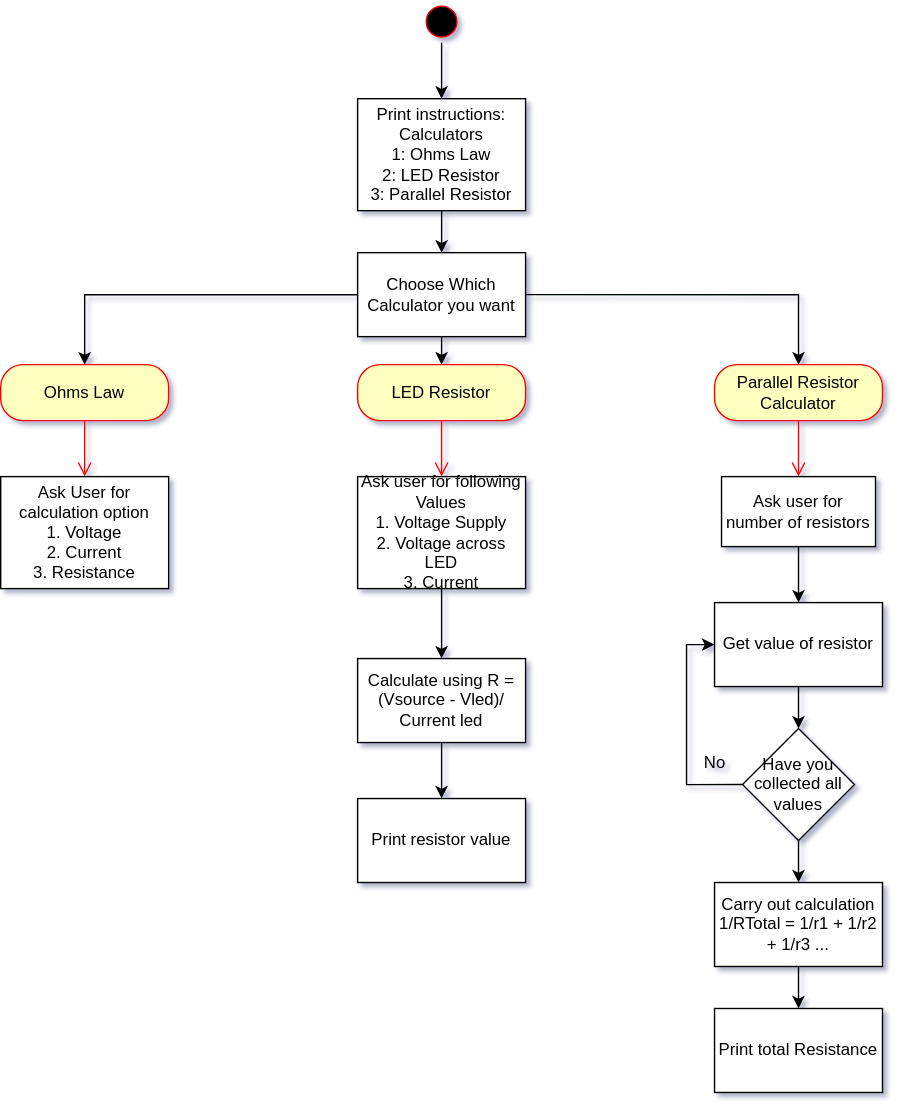
The draw.io diagram Code Folder/engineeringCalc.drawio.svg in JFinnTeacher/PME-Coding-with-Syntax, before a commit. Source tidied: cells renumbered, new cells last; positions are measured from the earlier drawing's top-left corner, leaving out a move shared by most shapes.
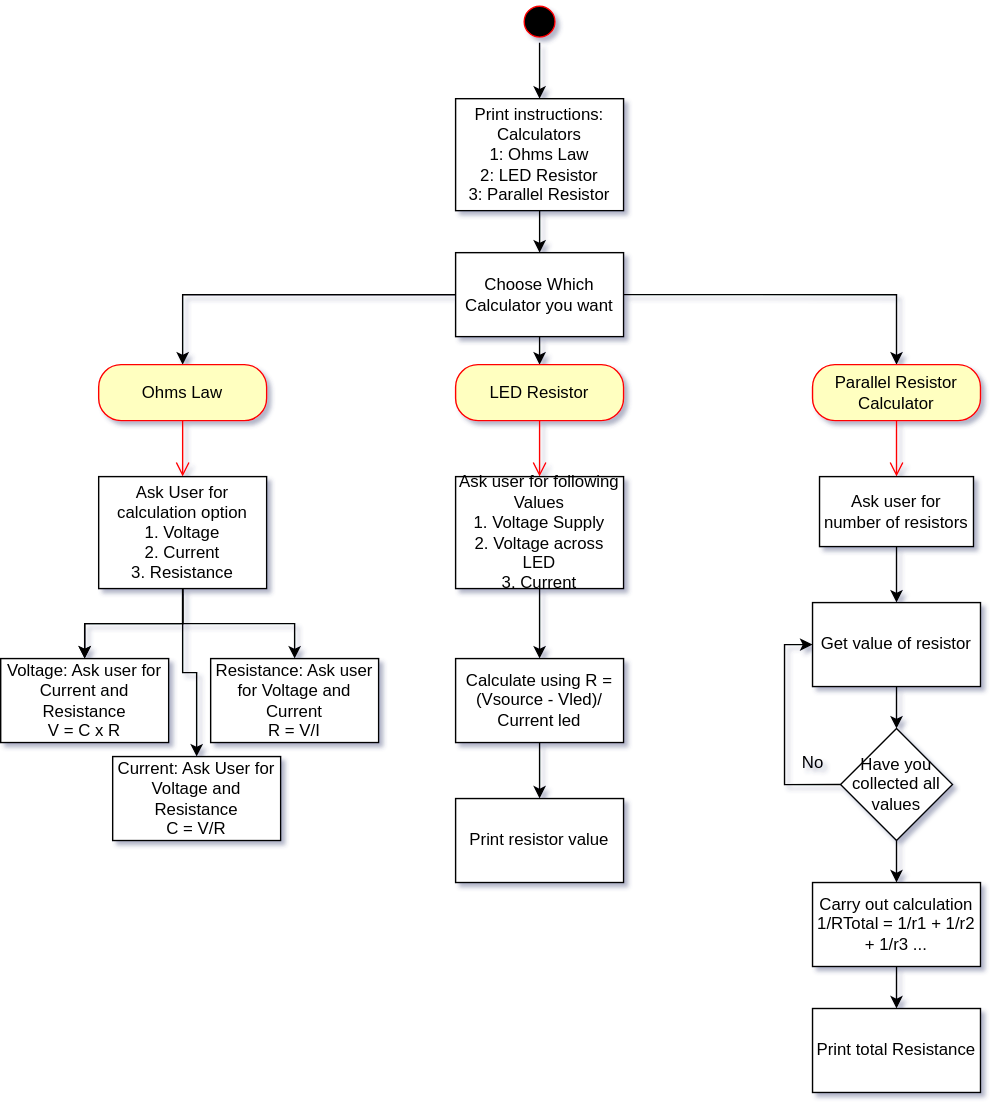
Above is the later version.

Diff of the diagram source:
```diff
@@ -92,8 +92,29 @@
     <mxCell id="31" value="Print resistor value" style="whiteSpace=wrap;html=1;" parent="1" vertex="1">
       <mxGeometry x="255" y="570" width="120" height="60" as="geometry" />
     </mxCell>
+    <mxCell id="33" style="edgeStyle=orthogonalEdgeStyle;rounded=0;jettySize=auto;html=1;" parent="1" edge="1" source="32" target="36">
+      <mxGeometry relative="1" as="geometry" />
+    </mxCell>
+    <mxCell id="34" style="edgeStyle=orthogonalEdgeStyle;rounded=0;jettySize=auto;html=1;" parent="1" edge="1" source="32" target="36">
+      <mxGeometry relative="1" as="geometry" />
+    </mxCell>
+    <mxCell id="35" style="edgeStyle=orthogonalEdgeStyle;rounded=0;jettySize=auto;html=1;exitX=0.5;exitY=1;exitDx=0;exitDy=0;entryX=0.5;entryY=0;entryDx=0;entryDy=0;" parent="1" edge="1" source="32" target="39">
+      <mxGeometry relative="1" as="geometry" />
+    </mxCell>
     <mxCell id="32" value="&lt;div&gt;Ask User for calculation option&lt;/div&gt;&lt;div&gt;1. Voltage&lt;/div&gt;&lt;div&gt;2. Current&lt;/div&gt;&lt;div&gt;3. Resistance&lt;br&gt;&lt;/div&gt;" style="whiteSpace=wrap;html=1;" parent="1" vertex="1">
       <mxGeometry y="340" width="120" height="80" as="geometry" />
     </mxCell>
+    <mxCell id="36" value="&lt;div&gt;Voltage: Ask user for Current and Resistance&lt;/div&gt;&lt;div&gt;V = C x R&lt;br&gt;&lt;/div&gt;" style="whiteSpace=wrap;html=1;" parent="1" vertex="1">
+      <mxGeometry x="-70" y="470" width="120" height="60" as="geometry" />
+    </mxCell>
+    <mxCell id="37" value="&lt;div&gt;Current: Ask User for Voltage and Resistance &lt;br&gt;&lt;/div&gt;&lt;div&gt;C = V/R&lt;br&gt;&lt;/div&gt;" style="whiteSpace=wrap;html=1;" parent="1" vertex="1">
+      <mxGeometry x="10" y="540" width="120" height="60" as="geometry" />
+    </mxCell>
+    <mxCell id="38" style="edgeStyle=orthogonalEdgeStyle;rounded=0;jettySize=auto;html=1;exitX=0.5;exitY=1;exitDx=0;exitDy=0;entryX=0.5;entryY=0;entryDx=0;entryDy=0;" parent="1" edge="1" source="32" target="37">
+      <mxGeometry relative="1" as="geometry" />
+    </mxCell>
+    <mxCell id="39" value="&lt;div&gt;Resistance: Ask user for Voltage and Current&lt;/div&gt;&lt;div&gt;R = V/I&lt;br&gt;&lt;/div&gt;" style="whiteSpace=wrap;html=1;" parent="1" vertex="1">
+      <mxGeometry x="80" y="470" width="120" height="60" as="geometry" />
+    </mxCell>
   </root>
 </mxGraphModel>
```
